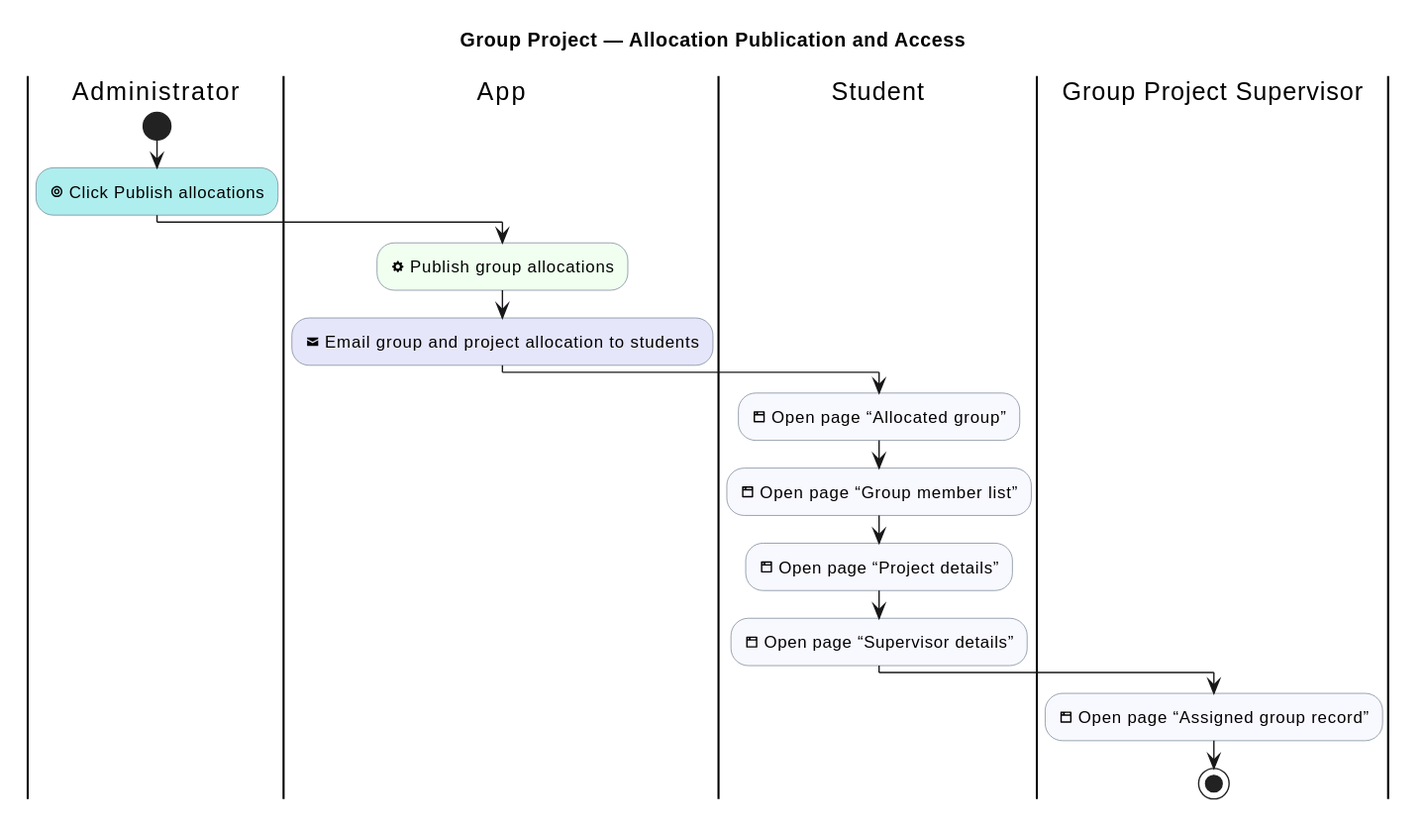
Earlier version of the PlantUML export industrial-placement-group-project/diagrams/group-project/allocation-publication-and-access.svg (sdflkjssl/sdflkjssl.github.io).
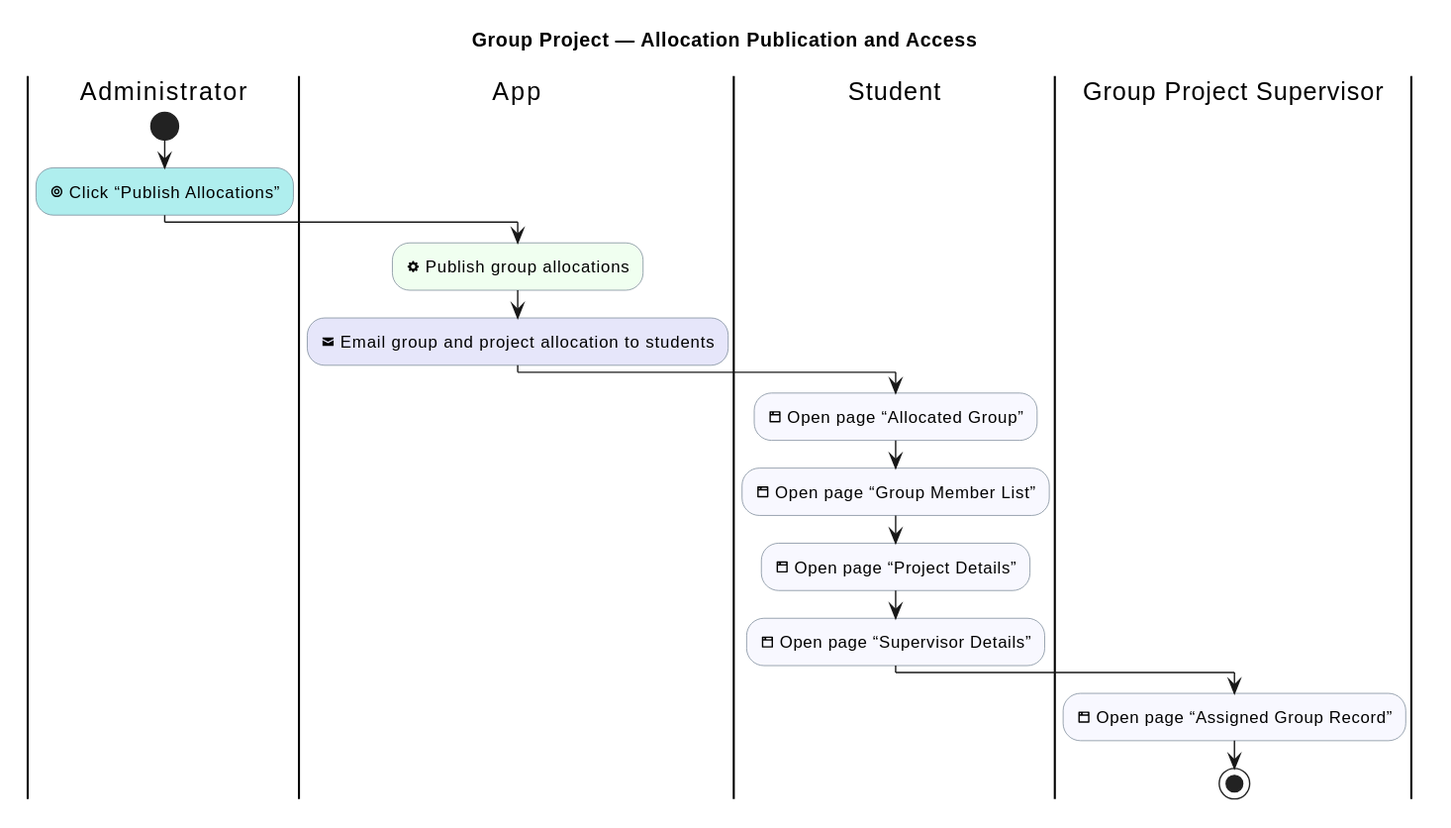
Later version of the same file.

What changed in the source:
```diff
@@ -14,16 +14,16 @@
 
 |Administrator|
 start
-:<&target> Click Publish allocations; <<#PaleTurquoise>>
+:<&target> Click “Publish Allocations”; <<#PaleTurquoise>>
 |App|
 :<&cog> Publish group allocations; <<#HoneyDew>>
 :<&envelope-closed> Email group and project allocation to students; <<#Lavender>>
 |Student|
-:<&browser> Open page “Allocated group”; <<#GhostWhite>>
-:<&browser> Open page “Group member list”; <<#GhostWhite>>
-:<&browser> Open page “Project details”; <<#GhostWhite>>
-:<&browser> Open page “Supervisor details”; <<#GhostWhite>>
+:<&browser> Open page “Allocated Group”; <<#GhostWhite>>
+:<&browser> Open page “Group Member List”; <<#GhostWhite>>
+:<&browser> Open page “Project Details”; <<#GhostWhite>>
+:<&browser> Open page “Supervisor Details”; <<#GhostWhite>>
 |Group Project Supervisor|
-:<&browser> Open page “Assigned group record”; <<#GhostWhite>>
+:<&browser> Open page “Assigned Group Record”; <<#GhostWhite>>
 stop
 @enduml
```
